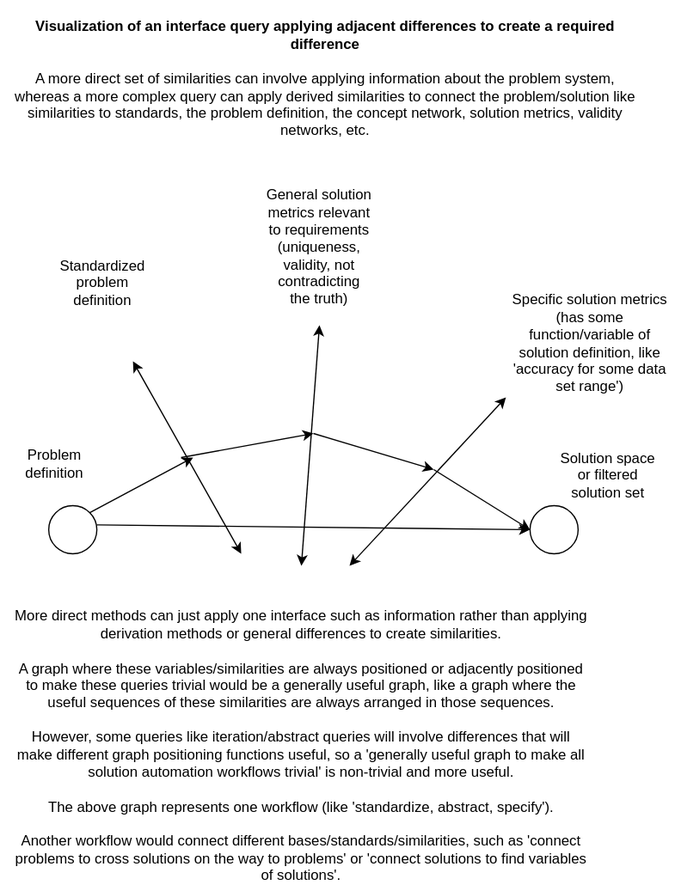
This is docs/objects/query_similarities.drawio.svg from outdreamer/build-a-cure, a draw.io export, as it was before one commit. Source tidied: cells renumbered, new cells last; positions are measured from the earlier drawing's top-left corner, leaving out a move shared by most shapes.
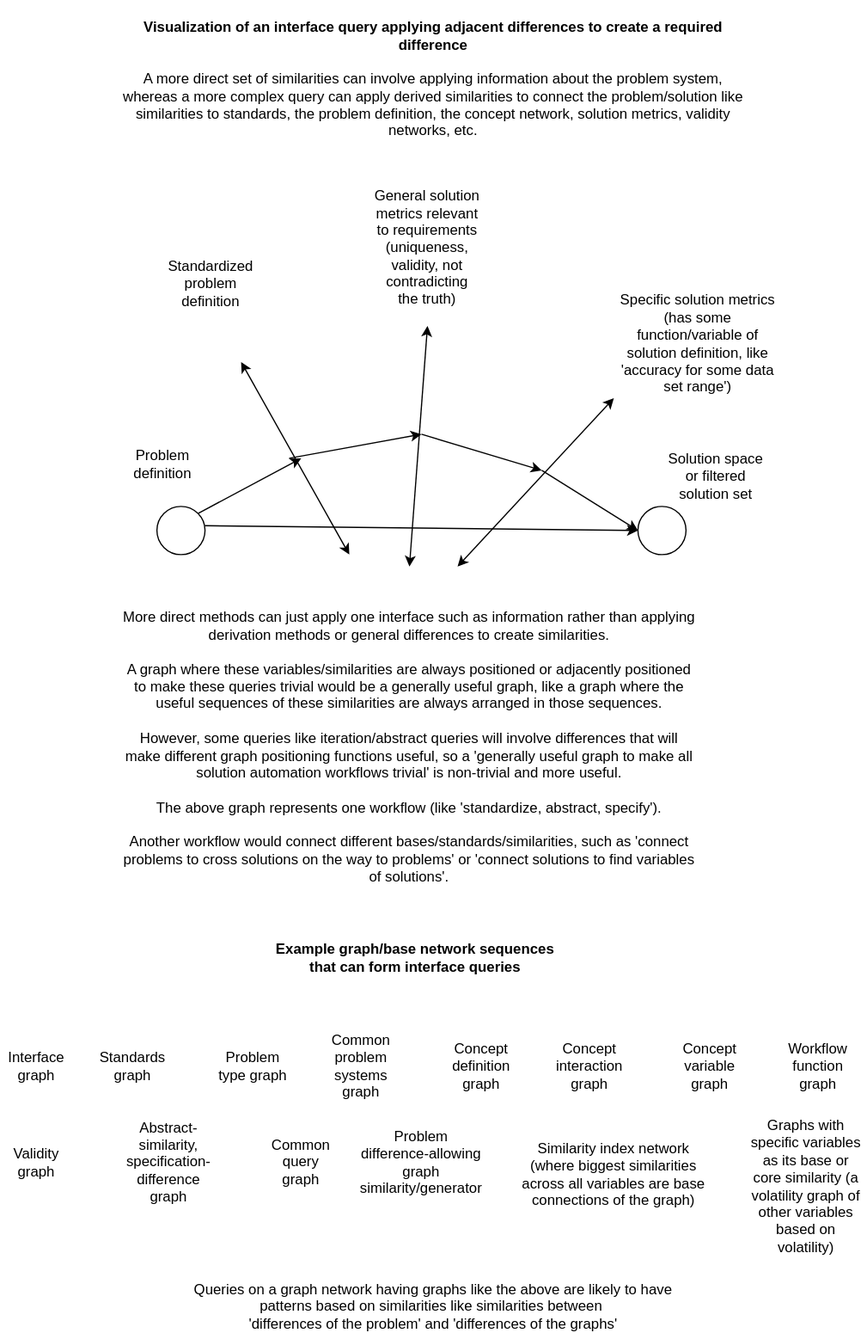
The same diagram one commit later.

Diff of the diagram source:
```diff
@@ -74,5 +74,53 @@
     <mxCell id="18" value="More direct methods can just apply one interface such as information rather than applying derivation methods or general differences to create similarities.&lt;br&gt;&lt;br&gt;A graph where these variables/similarities are always positioned or adjacently positioned to make these queries trivial would be a generally useful graph, like a graph where the useful sequences of these similarities are always arranged in those sequences.&lt;br&gt;&lt;br&gt;However, some queries like iteration/abstract queries will involve differences that will make different graph positioning functions useful, so a 'generally useful graph to make all solution automation workflows trivial' is non-trivial and more useful. &lt;br&gt;&lt;br&gt;The above graph represents one workflow (like 'standardize, abstract, specify').&lt;br&gt;&lt;br&gt;Another workflow would connect different bases/standards/similarities, such as 'connect problems to cross solutions on the way to problems' or 'connect solutions to find variables of solutions'." style="text;html=1;strokeColor=none;fillColor=none;align=center;verticalAlign=middle;whiteSpace=wrap;rounded=0;" parent="1" vertex="1">
       <mxGeometry x="10" y="550" width="480" height="140" as="geometry" />
     </mxCell>
+    <mxCell id="19" value="Standards graph" style="text;html=1;strokeColor=none;fillColor=none;align=center;verticalAlign=middle;whiteSpace=wrap;rounded=0;" parent="1" vertex="1">
+      <mxGeometry x="-10" y="870" width="60" height="30" as="geometry" />
+    </mxCell>
+    <mxCell id="20" value="Problem type graph" style="text;html=1;strokeColor=none;fillColor=none;align=center;verticalAlign=middle;whiteSpace=wrap;rounded=0;" parent="1" vertex="1">
+      <mxGeometry x="90" y="870" width="60" height="30" as="geometry" />
+    </mxCell>
+    <mxCell id="21" value="Common problem systems graph" style="text;html=1;strokeColor=none;fillColor=none;align=center;verticalAlign=middle;whiteSpace=wrap;rounded=0;" parent="1" vertex="1">
+      <mxGeometry x="180" y="870" width="60" height="30" as="geometry" />
+    </mxCell>
+    <mxCell id="22" value="Concept definition graph" style="text;html=1;strokeColor=none;fillColor=none;align=center;verticalAlign=middle;whiteSpace=wrap;rounded=0;" parent="1" vertex="1">
+      <mxGeometry x="280" y="870" width="60" height="30" as="geometry" />
+    </mxCell>
+    <mxCell id="23" value="Concept interaction graph" style="text;html=1;strokeColor=none;fillColor=none;align=center;verticalAlign=middle;whiteSpace=wrap;rounded=0;" parent="1" vertex="1">
+      <mxGeometry x="370" y="870" width="60" height="30" as="geometry" />
+    </mxCell>
+    <mxCell id="24" value="Concept variable graph" style="text;html=1;strokeColor=none;fillColor=none;align=center;verticalAlign=middle;whiteSpace=wrap;rounded=0;" parent="1" vertex="1">
+      <mxGeometry x="470" y="870" width="60" height="30" as="geometry" />
+    </mxCell>
+    <mxCell id="25" value="Workflow function graph" style="text;html=1;strokeColor=none;fillColor=none;align=center;verticalAlign=middle;whiteSpace=wrap;rounded=0;" parent="1" vertex="1">
+      <mxGeometry x="560" y="870" width="60" height="30" as="geometry" />
+    </mxCell>
+    <mxCell id="26" value="Graphs with specific variables as its base or core similarity (a volatility graph of other variables based on volatility)" style="text;html=1;strokeColor=none;fillColor=none;align=center;verticalAlign=middle;whiteSpace=wrap;rounded=0;" parent="1" vertex="1">
+      <mxGeometry x="530" y="970" width="100" height="30" as="geometry" />
+    </mxCell>
+    <mxCell id="27" value="Interface graph" style="text;html=1;strokeColor=none;fillColor=none;align=center;verticalAlign=middle;whiteSpace=wrap;rounded=0;" parent="1" vertex="1">
+      <mxGeometry x="-90" y="870" width="60" height="30" as="geometry" />
+    </mxCell>
+    <mxCell id="28" value="Validity graph" style="text;html=1;strokeColor=none;fillColor=none;align=center;verticalAlign=middle;whiteSpace=wrap;rounded=0;" parent="1" vertex="1">
+      <mxGeometry x="-90" y="950" width="60" height="30" as="geometry" />
+    </mxCell>
+    <mxCell id="29" value="Abstract-similarity, specification-difference graph" style="text;html=1;strokeColor=none;fillColor=none;align=center;verticalAlign=middle;whiteSpace=wrap;rounded=0;" parent="1" vertex="1">
+      <mxGeometry x="20" y="950" width="60" height="30" as="geometry" />
+    </mxCell>
+    <mxCell id="30" value="Common query graph" style="text;html=1;strokeColor=none;fillColor=none;align=center;verticalAlign=middle;whiteSpace=wrap;rounded=0;" parent="1" vertex="1">
+      <mxGeometry x="130" y="950" width="60" height="30" as="geometry" />
+    </mxCell>
+    <mxCell id="31" value="Problem difference-allowing graph similarity/generator" style="text;html=1;strokeColor=none;fillColor=none;align=center;verticalAlign=middle;whiteSpace=wrap;rounded=0;" parent="1" vertex="1">
+      <mxGeometry x="230" y="950" width="60" height="30" as="geometry" />
+    </mxCell>
+    <mxCell id="32" value="Similarity index network (where biggest similarities across all variables are base connections of the graph)" style="text;html=1;strokeColor=none;fillColor=none;align=center;verticalAlign=middle;whiteSpace=wrap;rounded=0;" parent="1" vertex="1">
+      <mxGeometry x="340" y="960" width="160" height="30" as="geometry" />
+    </mxCell>
+    <mxCell id="33" value="Queries on a graph network having graphs like the above are likely to have patterns based on similarities like&amp;nbsp;similarities between&amp;nbsp;&lt;br&gt;'differences of the problem' and 'differences of the graphs'" style="text;html=1;strokeColor=none;fillColor=none;align=center;verticalAlign=middle;whiteSpace=wrap;rounded=0;" parent="1" vertex="1">
+      <mxGeometry x="50" y="1070" width="440" height="30" as="geometry" />
+    </mxCell>
+    <mxCell id="34" value="Example graph/base network sequences that can form interface queries" style="text;html=1;strokeColor=none;fillColor=none;align=center;verticalAlign=middle;whiteSpace=wrap;rounded=0;fontStyle=1;" parent="1" vertex="1">
+      <mxGeometry x="135" y="780" width="240" height="30" as="geometry" />
+    </mxCell>
   </root>
 </mxGraphModel>
```
